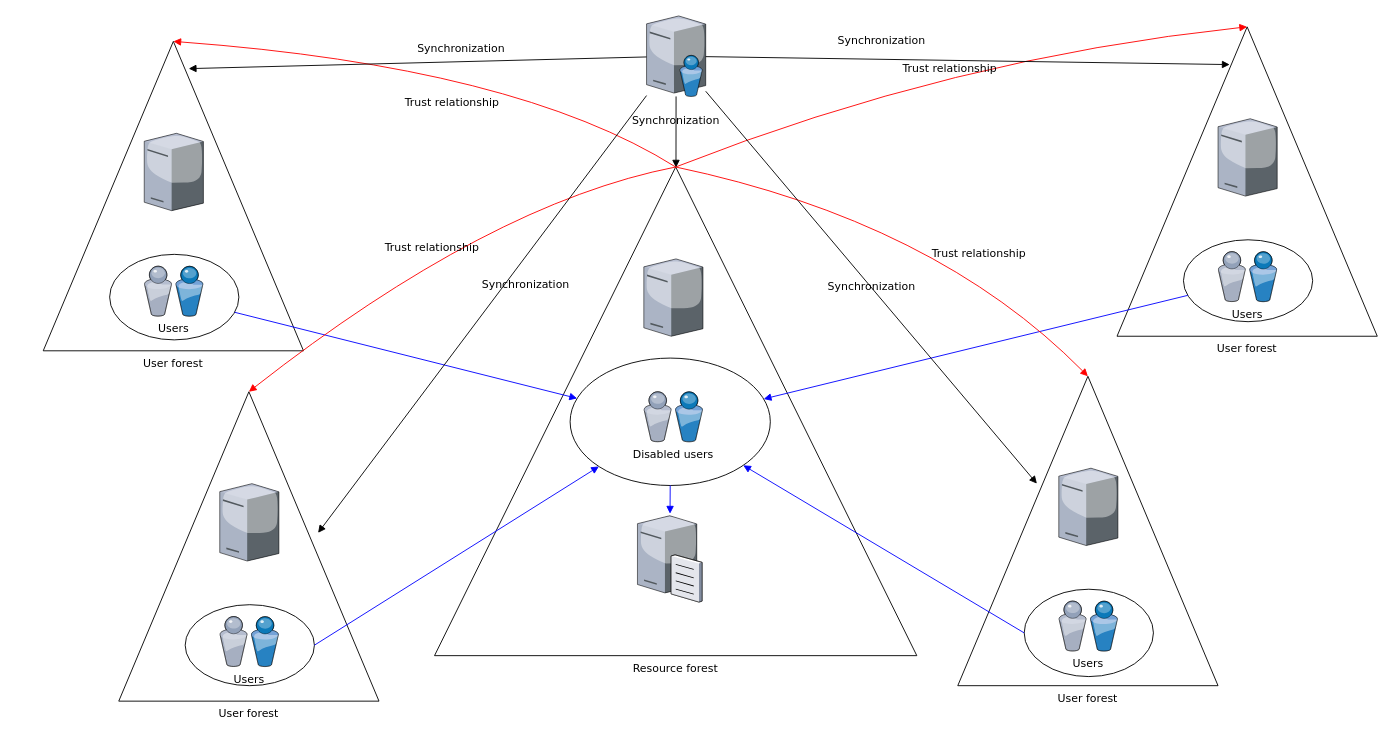
Above: cluster_architecture.drawio in mark-p-mcd/hello-world (draw.io), before the change. Source tidied: cells renumbered, new cells numbered last; positions are measured from the earlier drawing's top-left corner, leaving out a move shared by most shapes. Both pictures are drawn from the tidied source at 91%, with x=0, y=0 at pixel (43, 15).
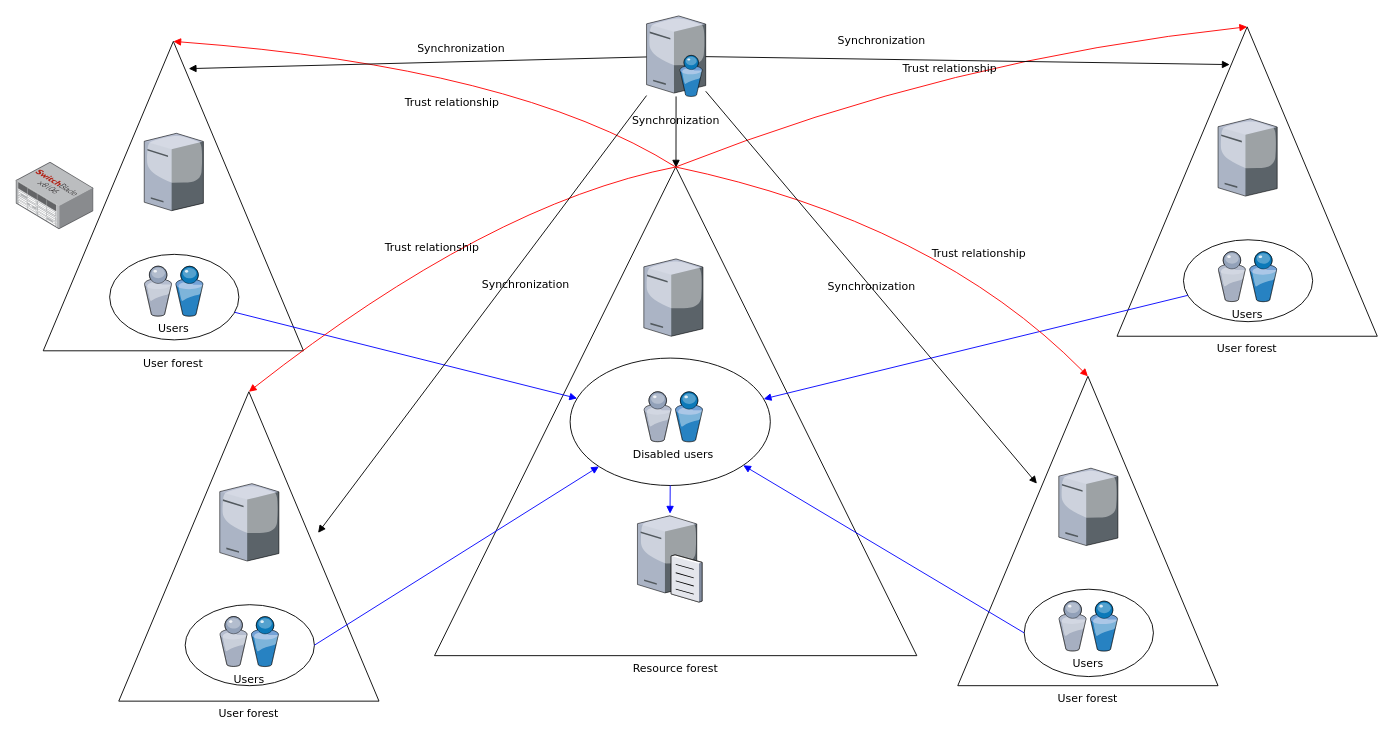
After the change.

Change to the diagram source:
```diff
@@
+    <mxCell id="38" style="html=1;align=center;shadow=0;dashed=0;image;image=img/lib/allied_telesis/switch/Modular_Switch_SBx8106.svg;" parent="1" vertex="1">
+      <mxGeometry x="-30" y="161" width="85.8" height="73.8" as="geometry" />
+    </mxCell>
```
